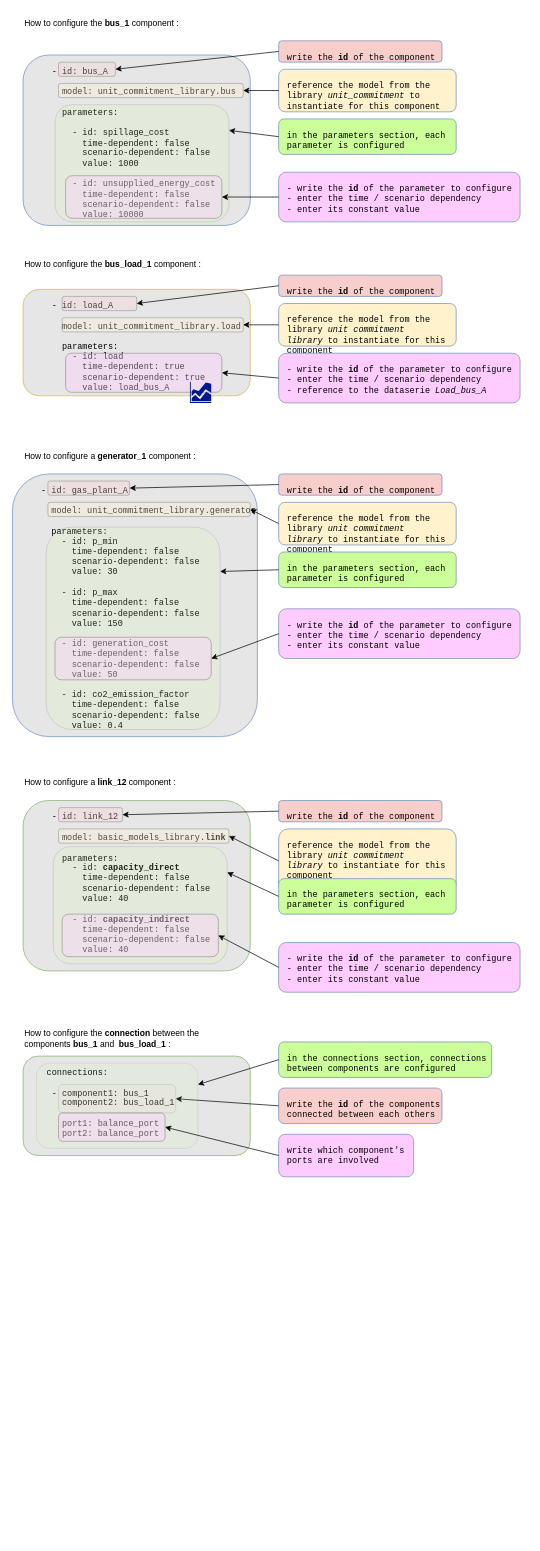
Earlier version of the draw.io diagram doc/assets/2_QSE2_Unit_Com_system_file.drawio (AntaresSimulatorTeam/GEMS). Source tidied: cells renumbered, new cells numbered last; positions are measured from the earlier drawing's top-left corner, leaving out a move shared by most shapes. Both pictures are drawn from the tidied source at 71%, with x=0, y=0 at pixel (12, 12).
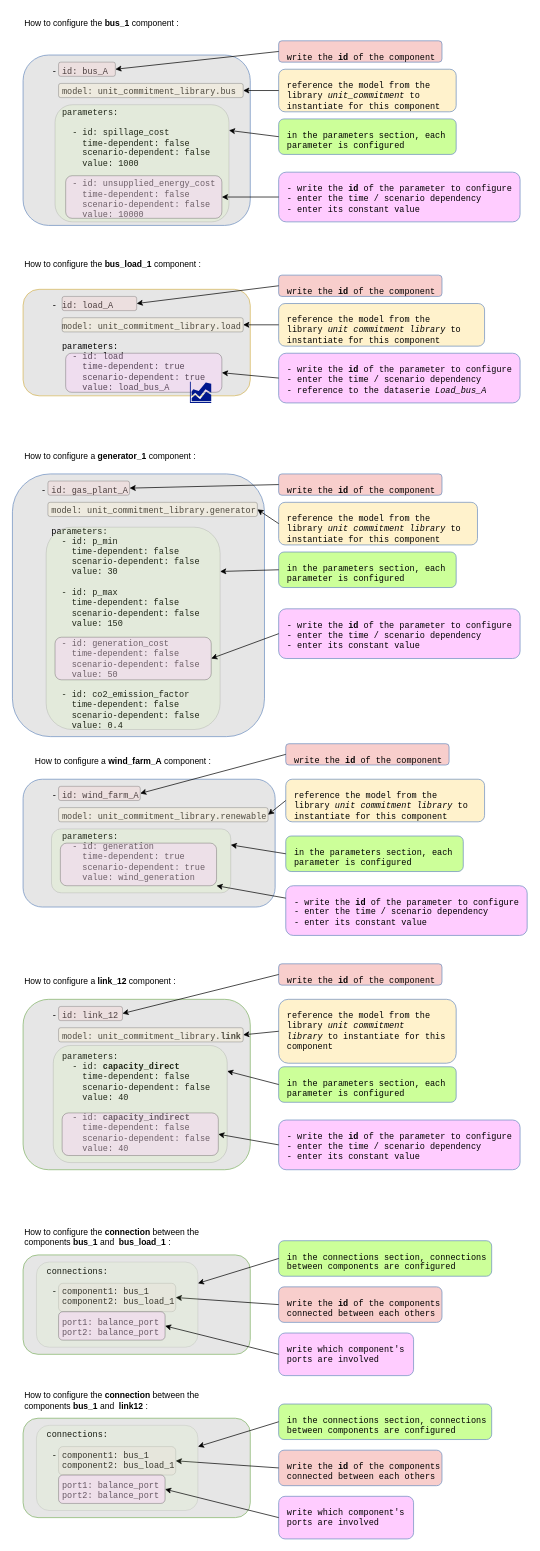
After the change.

Commit message (it also covers changes not shown here):
update system diagram

Diff of the diagram source:
```diff
@@
     <mxCell id="4" value="&lt;div&gt;&amp;nbsp; &amp;nbsp; - id: gas_plant_A&lt;/div&gt;&lt;div&gt;&lt;br&gt;&lt;/div&gt;&lt;div&gt;&amp;nbsp; &amp;nbsp; &amp;nbsp; model: unit_commitment_library.generator&lt;/div&gt;&lt;div&gt;&lt;br&gt;&lt;/div&gt;&lt;div&gt;&amp;nbsp; &amp;nbsp; &amp;nbsp; parameters:&lt;/div&gt;&lt;div&gt;&amp;nbsp; &amp;nbsp; &amp;nbsp; &amp;nbsp; - id: p_min&lt;/div&gt;&lt;div&gt;&amp;nbsp; &amp;nbsp; &amp;nbsp; &amp;nbsp; &amp;nbsp; time-dependent: false&lt;/div&gt;&lt;div&gt;&amp;nbsp; &amp;nbsp; &amp;nbsp; &amp;nbsp; &amp;nbsp; scenario-dependent: false&lt;/div&gt;&lt;div&gt;&amp;nbsp; &amp;nbsp; &amp;nbsp; &amp;nbsp; &amp;nbsp; value: 30&lt;/div&gt;&lt;div&gt;&lt;br&gt;&lt;/div&gt;&lt;div&gt;&amp;nbsp; &amp;nbsp; &amp;nbsp; &amp;nbsp; - id: p_max&lt;/div&gt;&lt;div&gt;&amp;nbsp; &amp;nbsp; &amp;nbsp; &amp;nbsp; &amp;nbsp; time-dependent: false&lt;/div&gt;&lt;div&gt;&amp;nbsp; &amp;nbsp; &amp;nbsp; &amp;nbsp; &amp;nbsp; scenario-dependent: false&lt;/div&gt;&lt;div&gt;&amp;nbsp; &amp;nbsp; &amp;nbsp; &amp;nbsp; &amp;nbsp; value: 150&lt;/div&gt;&lt;div&gt;&lt;br&gt;&lt;/div&gt;&lt;div&gt;&amp;nbsp; &amp;nbsp; &amp;nbsp; &amp;nbsp; - id: generation_cost&lt;/div&gt;&lt;div&gt;&amp;nbsp; &amp;nbsp; &amp;nbsp; &amp;nbsp; &amp;nbsp; time-dependent: false&lt;/div&gt;&lt;div&gt;&amp;nbsp; &amp;nbsp; &amp;nbsp; &amp;nbsp; &amp;nbsp; scenario-dependent: false&lt;/div&gt;&lt;div&gt;&amp;nbsp; &amp;nbsp; &amp;nbsp; &amp;nbsp; &amp;nbsp; value: 50&lt;/div&gt;&lt;div&gt;&lt;br&gt;&lt;/div&gt;&lt;div&gt;&amp;nbsp; &amp;nbsp; &amp;nbsp; &amp;nbsp; - id: co2_emission_factor&lt;/div&gt;&lt;div&gt;&amp;nbsp; &amp;nbsp; &amp;nbsp; &amp;nbsp; &amp;nbsp; time-dependent: false&lt;/div&gt;&lt;div&gt;&amp;nbsp; &amp;nbsp; &amp;nbsp; &amp;nbsp; &amp;nbsp; scenario-dependent: false&lt;/div&gt;&lt;div&gt;&amp;nbsp; &amp;nbsp; &amp;nbsp; &amp;nbsp; &amp;nbsp; value: 0.4&lt;/div&gt;" style="rounded=1;whiteSpace=wrap;html=1;fillColor=#E6E6E6;strokeColor=#6c8ebf;align=left;verticalAlign=top;fontFamily=Courier New;fontSize=12;spacingLeft=10;spacingTop=10;" parent="1" vertex="1">
-      <mxGeometry y="650" width="345" height="370" as="geometry" />
+      <mxGeometry y="650" width="355" height="370" as="geometry" />
     </mxCell>
-    <mxCell id="5" value="&lt;div&gt;&amp;nbsp; &amp;nbsp; - id: link_12&lt;/div&gt;&lt;div&gt;&lt;br&gt;&lt;/div&gt;&lt;div&gt;&amp;nbsp; &amp;nbsp; &amp;nbsp; model: basic_models_library.&lt;b&gt;link&lt;/b&gt;&lt;/div&gt;&lt;div&gt;&lt;b&gt;&lt;br&gt;&lt;/b&gt;&lt;/div&gt;&lt;div&gt;&amp;nbsp; &amp;nbsp; &amp;nbsp; parameters:&lt;/div&gt;&lt;div&gt;&amp;nbsp; &amp;nbsp; &amp;nbsp; &amp;nbsp; - id: &lt;b&gt;capacity_direct&lt;/b&gt;&lt;/div&gt;&lt;div&gt;&amp;nbsp; &amp;nbsp; &amp;nbsp; &amp;nbsp; &amp;nbsp; time-dependent: false&lt;/div&gt;&lt;div&gt;&amp;nbsp; &amp;nbsp; &amp;nbsp; &amp;nbsp; &amp;nbsp; scenario-dependent: false&lt;/div&gt;&lt;div&gt;&amp;nbsp; &amp;nbsp; &amp;nbsp; &amp;nbsp; &amp;nbsp; value: 40&lt;/div&gt;&lt;div&gt;&lt;br&gt;&lt;/div&gt;&lt;div&gt;&amp;nbsp; &amp;nbsp; &amp;nbsp; &amp;nbsp; - id: &lt;b&gt;capacity_indirect&lt;/b&gt;&lt;/div&gt;&lt;div&gt;&amp;nbsp; &amp;nbsp; &amp;nbsp; &amp;nbsp; &amp;nbsp; time-dependent: false&lt;/div&gt;&lt;div&gt;&amp;nbsp; &amp;nbsp; &amp;nbsp; &amp;nbsp; &amp;nbsp; scenario-dependent: false&lt;/div&gt;&lt;div&gt;&amp;nbsp; &amp;nbsp; &amp;nbsp; &amp;nbsp; &amp;nbsp; value: 40&lt;/div&gt;" style="rounded=1;whiteSpace=wrap;html=1;fillColor=#E6E6E6;strokeColor=#82b366;align=left;verticalAlign=top;fontFamily=Courier New;fontSize=12;spacingLeft=10;spacingTop=10;" parent="1" vertex="1">
-      <mxGeometry x="15" y="1110" width="320" height="240" as="geometry" />
+    <mxCell id="5" value="&lt;div&gt;&amp;nbsp; &amp;nbsp; - id: link_12&lt;/div&gt;&lt;div&gt;&lt;br&gt;&lt;/div&gt;&lt;div&gt;&amp;nbsp; &amp;nbsp; &amp;nbsp; model: unit_commitment_library.&lt;b&gt;link&lt;/b&gt;&lt;/div&gt;&lt;div&gt;&lt;b&gt;&lt;br&gt;&lt;/b&gt;&lt;/div&gt;&lt;div&gt;&amp;nbsp; &amp;nbsp; &amp;nbsp; parameters:&lt;/div&gt;&lt;div&gt;&amp;nbsp; &amp;nbsp; &amp;nbsp; &amp;nbsp; - id: &lt;b&gt;capacity_direct&lt;/b&gt;&lt;/div&gt;&lt;div&gt;&amp;nbsp; &amp;nbsp; &amp;nbsp; &amp;nbsp; &amp;nbsp; time-dependent: false&lt;/div&gt;&lt;div&gt;&amp;nbsp; &amp;nbsp; &amp;nbsp; &amp;nbsp; &amp;nbsp; scenario-dependent: false&lt;/div&gt;&lt;div&gt;&amp;nbsp; &amp;nbsp; &amp;nbsp; &amp;nbsp; &amp;nbsp; value: 40&lt;/div&gt;&lt;div&gt;&lt;br&gt;&lt;/div&gt;&lt;div&gt;&amp;nbsp; &amp;nbsp; &amp;nbsp; &amp;nbsp; - id: &lt;b&gt;capacity_indirect&lt;/b&gt;&lt;/div&gt;&lt;div&gt;&amp;nbsp; &amp;nbsp; &amp;nbsp; &amp;nbsp; &amp;nbsp; time-dependent: false&lt;/div&gt;&lt;div&gt;&amp;nbsp; &amp;nbsp; &amp;nbsp; &amp;nbsp; &amp;nbsp; scenario-dependent: false&lt;/div&gt;&lt;div&gt;&amp;nbsp; &amp;nbsp; &amp;nbsp; &amp;nbsp; &amp;nbsp; value: 40&lt;/div&gt;" style="rounded=1;whiteSpace=wrap;html=1;fillColor=#E6E6E6;strokeColor=#82b366;align=left;verticalAlign=top;fontFamily=Courier New;fontSize=12;spacingLeft=10;spacingTop=10;" parent="1" vertex="1">
+      <mxGeometry x="15" y="1390" width="320" height="240" as="geometry" />
     </mxCell>
@@
     <mxCell id="19" value="reference the model from the library&amp;nbsp;&lt;i&gt;unit commitment library&lt;/i&gt;&amp;nbsp;to instantiate for this component" style="rounded=1;whiteSpace=wrap;html=1;fillColor=#FFF2CC;strokeColor=#6c8ebf;align=left;verticalAlign=top;fontFamily=Courier New;fontSize=12;spacingLeft=10;spacingTop=10;" parent="1" vertex="1">
-      <mxGeometry x="375" y="410" width="250" height="60" as="geometry" />
+      <mxGeometry x="375" y="410" width="290" height="60" as="geometry" />
     </mxCell>
@@
     <mxCell id="28" value="reference the model&amp;nbsp;from the library&amp;nbsp;&lt;i&gt;unit commitment library&lt;/i&gt;&amp;nbsp;to instantiate for this component" style="rounded=1;whiteSpace=wrap;html=1;fillColor=#FFF2CC;strokeColor=#6c8ebf;align=left;verticalAlign=top;fontFamily=Courier New;fontSize=12;spacingLeft=10;spacingTop=10;" parent="1" vertex="1">
-      <mxGeometry x="375" y="690" width="250" height="60" as="geometry" />
+      <mxGeometry x="375" y="690" width="280" height="60" as="geometry" />
     </mxCell>
@@
     <mxCell id="30" style="rounded=1;whiteSpace=wrap;html=1;opacity=30;fillColor=#FFF2CC;" parent="1" vertex="1">
-      <mxGeometry x="50" y="690" width="285" height="20" as="geometry" />
+      <mxGeometry x="50" y="690" width="295" height="20" as="geometry" />
     </mxCell>
@@
     <mxCell id="39" value="write the &lt;b&gt;id&lt;/b&gt;&amp;nbsp;of the component" style="rounded=1;whiteSpace=wrap;html=1;fillColor=#F8CECC;strokeColor=#6c8ebf;align=left;verticalAlign=top;fontFamily=Courier New;fontSize=12;spacingLeft=10;spacingTop=10;" parent="1" vertex="1">
-      <mxGeometry x="375" y="1110" width="230" height="30" as="geometry" />
+      <mxGeometry x="375" y="1340" width="230" height="30" as="geometry" />
     </mxCell>
     <mxCell id="40" value="reference the model&amp;nbsp;from the library&amp;nbsp;&lt;i&gt;unit commitment library&lt;/i&gt;&amp;nbsp;to instantiate for this component" style="rounded=1;whiteSpace=wrap;html=1;fillColor=#FFF2CC;strokeColor=#6c8ebf;align=left;verticalAlign=top;fontFamily=Courier New;fontSize=12;spacingLeft=10;spacingTop=10;" parent="1" vertex="1">
-      <mxGeometry x="375" y="1150" width="250" height="90" as="geometry" />
+      <mxGeometry x="375" y="1390" width="250" height="90" as="geometry" />
     </mxCell>
     <mxCell id="41" style="rounded=1;whiteSpace=wrap;html=1;opacity=30;fillColor=#F8CECC;" parent="1" vertex="1">
-      <mxGeometry x="65" y="1120" width="90" height="20" as="geometry" />
+      <mxGeometry x="65" y="1400" width="90" height="20" as="geometry" />
     </mxCell>
     <mxCell id="42" style="rounded=1;whiteSpace=wrap;html=1;opacity=30;fillColor=#FFF2CC;" parent="1" vertex="1">
-      <mxGeometry x="65" y="1150" width="240" height="20" as="geometry" />
+      <mxGeometry x="65" y="1430" width="260" height="20" as="geometry" />
     </mxCell>
     <mxCell id="43" value="in the parameters section, each parameter is configured" style="rounded=1;whiteSpace=wrap;html=1;fillColor=#CCFF99;strokeColor=#6c8ebf;align=left;verticalAlign=top;fontFamily=Courier New;fontSize=12;spacingLeft=10;spacingTop=10;" parent="1" vertex="1">
-      <mxGeometry x="375" y="1220" width="250" height="50" as="geometry" />
+      <mxGeometry x="375" y="1485" width="250" height="50" as="geometry" />
     </mxCell>
     <mxCell id="44" style="rounded=1;whiteSpace=wrap;html=1;opacity=15;fillColor=#CCFF99;" parent="1" vertex="1">
-      <mxGeometry x="57.5" y="1175" width="245" height="165" as="geometry" />
+      <mxGeometry x="57.5" y="1455" width="245" height="165" as="geometry" />
     </mxCell>
     <mxCell id="45" value="- write the &lt;b&gt;id&lt;/b&gt; of the parameter to configure&lt;div&gt;&lt;div&gt;&lt;div&gt;&lt;div&gt;- enter the time / scenario dependency&lt;/div&gt;&lt;/div&gt;&lt;/div&gt;&lt;/div&gt;&lt;div&gt;- enter its constant value&lt;/div&gt;" style="rounded=1;whiteSpace=wrap;html=1;fillColor=#FFCCFF;strokeColor=#6c8ebf;align=left;verticalAlign=top;fontFamily=Courier New;fontSize=12;spacingLeft=10;spacingTop=10;" parent="1" vertex="1">
-      <mxGeometry x="375" y="1310" width="340" height="70" as="geometry" />
+      <mxGeometry x="375" y="1560" width="340" height="70" as="geometry" />
     </mxCell>
     <mxCell id="46" style="rounded=1;whiteSpace=wrap;html=1;opacity=35;fillColor=#FFCCFF;" parent="1" vertex="1">
-      <mxGeometry x="70" y="1270" width="220" height="60" as="geometry" />
+      <mxGeometry x="70" y="1550" width="220" height="60" as="geometry" />
     </mxCell>
@@
     <mxCell id="54" value="How to configure a &lt;b&gt;link_12&lt;/b&gt; component :" style="text;html=1;whiteSpace=wrap;strokeColor=none;fillColor=none;align=left;verticalAlign=middle;rounded=0;" parent="1" vertex="1">
-      <mxGeometry x="15" y="1070" width="285" height="30" as="geometry" />
+      <mxGeometry x="15" y="1350" width="285" height="30" as="geometry" />
     </mxCell>
     <mxCell id="55" value="&lt;div&gt;&amp;nbsp; &amp;nbsp;connections:&lt;/div&gt;&lt;div&gt;&lt;br&gt;&lt;/div&gt;&lt;div&gt;&lt;span style=&quot;background-color: transparent; color: light-dark(rgb(0, 0, 0), rgb(255, 255, 255));&quot;&gt;&amp;nbsp; &amp;nbsp; - component1: bus_1&lt;/span&gt;&lt;/div&gt;&lt;div&gt;&amp;nbsp; &amp;nbsp; &amp;nbsp; component2: bus_load_1&lt;/div&gt;&lt;div&gt;&lt;br&gt;&lt;/div&gt;&lt;div&gt;&amp;nbsp; &amp;nbsp; &amp;nbsp; port1: balance_port&lt;/div&gt;&lt;div&gt;&amp;nbsp; &amp;nbsp; &amp;nbsp; port2: balance_port&lt;/div&gt;" style="rounded=1;whiteSpace=wrap;html=1;fillColor=#E6E6E6;strokeColor=#82b366;align=left;verticalAlign=top;fontFamily=Courier New;fontSize=12;spacingLeft=10;spacingTop=10;" parent="1" vertex="1">
-      <mxGeometry x="15" y="1470" width="320" height="140" as="geometry" />
+      <mxGeometry x="15" y="1750" width="320" height="140" as="geometry" />
     </mxCell>
     <mxCell id="56" value="write the &lt;b&gt;id&lt;/b&gt;&amp;nbsp;of the components connected between each others" style="rounded=1;whiteSpace=wrap;html=1;fillColor=#F8CECC;strokeColor=#6c8ebf;align=left;verticalAlign=top;fontFamily=Courier New;fontSize=12;spacingLeft=10;spacingTop=10;" parent="1" vertex="1">
-      <mxGeometry x="375" y="1515" width="230" height="50" as="geometry" />
+      <mxGeometry x="375" y="1795" width="230" height="50" as="geometry" />
     </mxCell>
     <mxCell id="57" style="rounded=1;whiteSpace=wrap;html=1;opacity=15;fillColor=#F8CECC;" parent="1" vertex="1">
-      <mxGeometry x="65" y="1510" width="165" height="40" as="geometry" />
+      <mxGeometry x="65" y="1790" width="165" height="40" as="geometry" />
     </mxCell>
@@
     <mxCell id="59" value="in the connections section, connections between components are configured" style="rounded=1;whiteSpace=wrap;html=1;fillColor=#CCFF99;strokeColor=#6c8ebf;align=left;verticalAlign=top;fontFamily=Courier New;fontSize=12;spacingLeft=10;spacingTop=10;" parent="1" vertex="1">
-      <mxGeometry x="375" y="1450" width="300" height="50" as="geometry" />
+      <mxGeometry x="375" y="1730" width="300" height="50" as="geometry" />
     </mxCell>
     <mxCell id="60" style="rounded=1;whiteSpace=wrap;html=1;opacity=10;fillColor=#CCFF99;" parent="1" vertex="1">
-      <mxGeometry x="33.8" y="1480" width="227.5" height="120" as="geometry" />
+      <mxGeometry x="33.8" y="1760" width="227.5" height="120" as="geometry" />
     </mxCell>
@@
     <mxCell id="62" value="write which component's ports are involved" style="rounded=1;whiteSpace=wrap;html=1;fillColor=#FFCCFF;strokeColor=#6c8ebf;align=left;verticalAlign=top;fontFamily=Courier New;fontSize=12;spacingLeft=10;spacingTop=10;" parent="1" vertex="1">
-      <mxGeometry x="375" y="1580" width="190" height="60" as="geometry" />
+      <mxGeometry x="375" y="1860" width="190" height="60" as="geometry" />
     </mxCell>
     <mxCell id="63" style="rounded=1;whiteSpace=wrap;html=1;opacity=35;fillColor=#FFCCFF;" parent="1" vertex="1">
-      <mxGeometry x="65" y="1550" width="150" height="40" as="geometry" />
+      <mxGeometry x="65" y="1830" width="150" height="40" as="geometry" />
     </mxCell>
@@
     <mxCell id="65" value="How to configure the &lt;b&gt;connection&lt;/b&gt;&amp;nbsp;between the components &lt;b&gt;bus_1 &lt;/b&gt;and&amp;nbsp;&lt;b&gt;&amp;nbsp;bus_load_1&amp;nbsp;&lt;/b&gt;:" style="text;html=1;whiteSpace=wrap;strokeColor=none;fillColor=none;align=left;verticalAlign=middle;rounded=0;" parent="1" vertex="1">
-      <mxGeometry x="15" y="1430" width="285" height="30" as="geometry" />
+      <mxGeometry x="15" y="1710" width="285" height="30" as="geometry" />
     </mxCell>
@@
+    <mxCell id="67" value="&lt;div&gt;&amp;nbsp; &amp;nbsp;connections:&lt;/div&gt;&lt;div&gt;&lt;br&gt;&lt;/div&gt;&lt;div&gt;&lt;span style=&quot;background-color: transparent; color: light-dark(rgb(0, 0, 0), rgb(255, 255, 255));&quot;&gt;&amp;nbsp; &amp;nbsp; - component1: bus_1&lt;/span&gt;&lt;/div&gt;&lt;div&gt;&amp;nbsp; &amp;nbsp; &amp;nbsp; component2: bus_load_1&lt;/div&gt;&lt;div&gt;&lt;br&gt;&lt;/div&gt;&lt;div&gt;&amp;nbsp; &amp;nbsp; &amp;nbsp; port1: balance_port&lt;/div&gt;&lt;div&gt;&amp;nbsp; &amp;nbsp; &amp;nbsp; port2: balance_port&lt;/div&gt;" style="rounded=1;whiteSpace=wrap;html=1;fillColor=#E6E6E6;strokeColor=#82b366;align=left;verticalAlign=top;fontFamily=Courier New;fontSize=12;spacingLeft=10;spacingTop=10;" parent="1" vertex="1">
+      <mxGeometry x="15" y="1980" width="320" height="140" as="geometry" />
+    </mxCell>
+    <mxCell id="68" value="write the &lt;b&gt;id&lt;/b&gt;&amp;nbsp;of the components connected between each others" style="rounded=1;whiteSpace=wrap;html=1;fillColor=#F8CECC;strokeColor=#6c8ebf;align=left;verticalAlign=top;fontFamily=Courier New;fontSize=12;spacingLeft=10;spacingTop=10;" parent="1" vertex="1">
+      <mxGeometry x="375" y="2025" width="230" height="50" as="geometry" />
+    </mxCell>
+    <mxCell id="69" style="rounded=1;whiteSpace=wrap;html=1;opacity=15;fillColor=#F8CECC;" parent="1" vertex="1">
+      <mxGeometry x="65" y="2020" width="165" height="40" as="geometry" />
+    </mxCell>
+    <mxCell id="70" style="endArrow=classic;html=1;rounded=0;exitX=0;exitY=0.5;exitDx=0;exitDy=0;entryX=1;entryY=0.5;entryDx=0;entryDy=0;" parent="1" edge="1" source="68" target="69">
+      <mxGeometry relative="1" as="geometry" />
+    </mxCell>
+    <mxCell id="71" value="in the connections section, connections between components are configured" style="rounded=1;whiteSpace=wrap;html=1;fillColor=#CCFF99;strokeColor=#6c8ebf;align=left;verticalAlign=top;fontFamily=Courier New;fontSize=12;spacingLeft=10;spacingTop=10;" parent="1" vertex="1">
+      <mxGeometry x="375" y="1960" width="300" height="50" as="geometry" />
+    </mxCell>
+    <mxCell id="72" style="rounded=1;whiteSpace=wrap;html=1;opacity=10;fillColor=#CCFF99;" parent="1" vertex="1">
+      <mxGeometry x="33.8" y="1990" width="227.5" height="120" as="geometry" />
+    </mxCell>
+    <mxCell id="73" style="endArrow=classic;html=1;rounded=0;exitX=0;exitY=0.5;exitDx=0;exitDy=0;entryX=1;entryY=0.25;entryDx=0;entryDy=0;" parent="1" edge="1" source="71" target="72">
+      <mxGeometry relative="1" as="geometry" />
+    </mxCell>
+    <mxCell id="74" value="write which component's ports are involved" style="rounded=1;whiteSpace=wrap;html=1;fillColor=#FFCCFF;strokeColor=#6c8ebf;align=left;verticalAlign=top;fontFamily=Courier New;fontSize=12;spacingLeft=10;spacingTop=10;" parent="1" vertex="1">
+      <mxGeometry x="375" y="2090" width="190" height="60" as="geometry" />
+    </mxCell>
+    <mxCell id="75" style="rounded=1;whiteSpace=wrap;html=1;opacity=35;fillColor=#FFCCFF;" parent="1" vertex="1">
+      <mxGeometry x="65" y="2060" width="150" height="40" as="geometry" />
+    </mxCell>
+    <mxCell id="76" style="endArrow=classic;html=1;rounded=0;exitX=0;exitY=0.5;exitDx=0;exitDy=0;entryX=1;entryY=0.5;entryDx=0;entryDy=0;" parent="1" edge="1" source="74" target="75">
+      <mxGeometry relative="1" as="geometry" />
+    </mxCell>
+    <mxCell id="77" value="How to configure the &lt;b&gt;connection&lt;/b&gt;&amp;nbsp;between the components &lt;b&gt;bus_1 &lt;/b&gt;and&amp;nbsp;&lt;b&gt;&amp;nbsp;link12&amp;nbsp;&lt;/b&gt;:" style="text;html=1;whiteSpace=wrap;strokeColor=none;fillColor=none;align=left;verticalAlign=middle;rounded=0;" parent="1" vertex="1">
+      <mxGeometry x="15" y="1940" width="285" height="30" as="geometry" />
+    </mxCell>
+    <mxCell id="78" value="&lt;div&gt;&amp;nbsp; &amp;nbsp; - id: wind_farm_A&lt;/div&gt;&lt;div&gt;&lt;br&gt;&lt;/div&gt;&lt;div&gt;&amp;nbsp; &amp;nbsp; &amp;nbsp; model: unit_commitment_library.renewable&lt;/div&gt;&lt;div&gt;&lt;br&gt;&lt;/div&gt;&lt;div&gt;&lt;div&gt;&amp;nbsp; &amp;nbsp; &amp;nbsp; parameters:&lt;/div&gt;&lt;div&gt;&amp;nbsp; &amp;nbsp; &amp;nbsp; &amp;nbsp; - id: generation&lt;/div&gt;&lt;div&gt;&amp;nbsp; &amp;nbsp; &amp;nbsp; &amp;nbsp; &amp;nbsp; time-dependent: true&lt;/div&gt;&lt;div&gt;&amp;nbsp; &amp;nbsp; &amp;nbsp; &amp;nbsp; &amp;nbsp; scenario-dependent: true&lt;/div&gt;&lt;div&gt;&amp;nbsp; &amp;nbsp; &amp;nbsp; &amp;nbsp; &amp;nbsp; value: wind_generation&lt;/div&gt;&lt;/div&gt;" style="rounded=1;whiteSpace=wrap;html=1;fillColor=#E6E6E6;strokeColor=#6c8ebf;align=left;verticalAlign=top;fontFamily=Courier New;fontSize=12;spacingLeft=10;spacingTop=10;" parent="1" vertex="1">
+      <mxGeometry x="15" y="1080" width="355" height="180" as="geometry" />
+    </mxCell>
+    <mxCell id="79" value="write the &lt;b&gt;id&lt;/b&gt;&amp;nbsp;of the component" style="rounded=1;whiteSpace=wrap;html=1;fillColor=#F8CECC;strokeColor=#6c8ebf;align=left;verticalAlign=top;fontFamily=Courier New;fontSize=12;spacingLeft=10;spacingTop=10;" parent="1" vertex="1">
+      <mxGeometry x="385" y="1030" width="230" height="30" as="geometry" />
+    </mxCell>
+    <mxCell id="80" value="reference the model&amp;nbsp;from the library&amp;nbsp;&lt;i&gt;unit commitment library&lt;/i&gt;&amp;nbsp;to instantiate for this component" style="rounded=1;whiteSpace=wrap;html=1;fillColor=#FFF2CC;strokeColor=#6c8ebf;align=left;verticalAlign=top;fontFamily=Courier New;fontSize=12;spacingLeft=10;spacingTop=10;" parent="1" vertex="1">
+      <mxGeometry x="385" y="1080" width="280" height="60" as="geometry" />
+    </mxCell>
+    <mxCell id="81" style="rounded=1;whiteSpace=wrap;html=1;opacity=30;fillColor=#F8CECC;" parent="1" vertex="1">
+      <mxGeometry x="65" y="1090" width="115" height="20" as="geometry" />
+    </mxCell>
+    <mxCell id="82" style="rounded=1;whiteSpace=wrap;html=1;opacity=30;fillColor=#FFF2CC;" parent="1" vertex="1">
+      <mxGeometry x="65" y="1120" width="295" height="20" as="geometry" />
+    </mxCell>
+    <mxCell id="83" value="in the parameters section, each parameter is configured" style="rounded=1;whiteSpace=wrap;html=1;fillColor=#CCFF99;strokeColor=#6c8ebf;align=left;verticalAlign=top;fontFamily=Courier New;fontSize=12;spacingLeft=10;spacingTop=10;" parent="1" vertex="1">
+      <mxGeometry x="385" y="1160" width="250" height="50" as="geometry" />
+    </mxCell>
+    <mxCell id="84" style="rounded=1;whiteSpace=wrap;html=1;opacity=15;fillColor=#CCFF99;" parent="1" vertex="1">
+      <mxGeometry x="55" y="1150" width="252.5" height="90" as="geometry" />
+    </mxCell>
+    <mxCell id="85" value="- write the &lt;b&gt;id&lt;/b&gt; of the parameter to configure&lt;div&gt;&lt;div&gt;&lt;div&gt;&lt;div&gt;- enter the time / scenario dependency&lt;/div&gt;&lt;/div&gt;&lt;/div&gt;&lt;/div&gt;&lt;div&gt;- enter its constant value&lt;/div&gt;" style="rounded=1;whiteSpace=wrap;html=1;fillColor=#FFCCFF;strokeColor=#6c8ebf;align=left;verticalAlign=top;fontFamily=Courier New;fontSize=12;spacingLeft=10;spacingTop=10;" parent="1" vertex="1">
+      <mxGeometry x="385" y="1230" width="340" height="70" as="geometry" />
+    </mxCell>
+    <mxCell id="86" style="rounded=1;whiteSpace=wrap;html=1;opacity=35;fillColor=#FFCCFF;" parent="1" vertex="1">
+      <mxGeometry x="67.5" y="1170" width="220" height="60" as="geometry" />
+    </mxCell>
+    <mxCell id="87" style="endArrow=classic;html=1;rounded=0;exitX=0;exitY=0.5;exitDx=0;exitDy=0;entryX=1;entryY=0.5;entryDx=0;entryDy=0;" parent="1" edge="1" source="79" target="81">
+      <mxGeometry relative="1" as="geometry" />
+    </mxCell>
+    <mxCell id="88" style="endArrow=classic;html=1;rounded=0;exitX=0;exitY=0.5;exitDx=0;exitDy=0;entryX=1;entryY=0.5;entryDx=0;entryDy=0;" parent="1" edge="1" source="80" target="82">
+      <mxGeometry relative="1" as="geometry" />
+    </mxCell>
+    <mxCell id="89" style="endArrow=classic;html=1;rounded=0;exitX=0;exitY=0.5;exitDx=0;exitDy=0;entryX=1;entryY=0.25;entryDx=0;entryDy=0;" parent="1" edge="1" source="83" target="84">
+      <mxGeometry relative="1" as="geometry" />
+    </mxCell>
+    <mxCell id="90" style="endArrow=classic;html=1;rounded=0;exitX=0;exitY=0.25;exitDx=0;exitDy=0;entryX=1;entryY=1;entryDx=0;entryDy=0;" parent="1" edge="1" source="85" target="86">
+      <mxGeometry relative="1" as="geometry" />
+    </mxCell>
+    <mxCell id="91" value="How to configure a &lt;b&gt;wind_farm_A&lt;/b&gt;&amp;nbsp;component :" style="text;html=1;whiteSpace=wrap;strokeColor=none;fillColor=none;align=left;verticalAlign=middle;rounded=0;" parent="1" vertex="1">
+      <mxGeometry x="30" y="1040" width="285" height="30" as="geometry" />
+    </mxCell>
```
